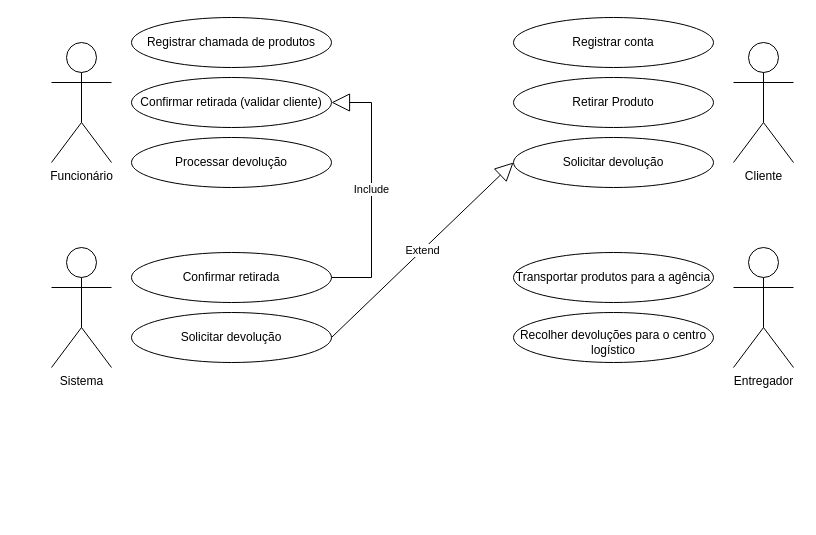
Above: ESS_Atividade1.drawio in Leopoldofca/Unyleya_1Sem (draw.io), before the change. Source tidied: cells renumbered, new cells numbered last; positions are measured from the earlier drawing's top-left corner, leaving out a move shared by most shapes. Both pictures are drawn from the tidied source at 100%, with x=0, y=0 at pixel (51, 17).
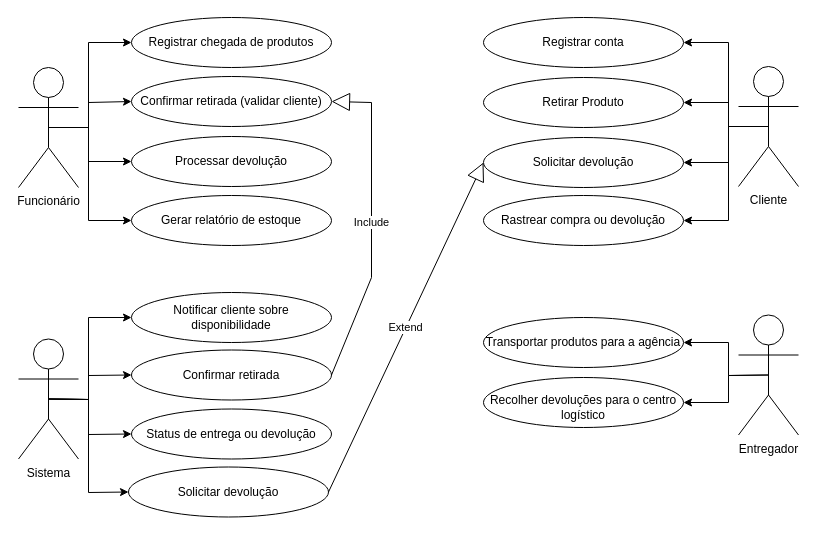
Above is the later version.

Change to the diagram source:
```diff
@@
     <mxCell id="2" value="Funcionário" style="shape=umlActor;verticalLabelPosition=bottom;verticalAlign=top;html=1;outlineConnect=0;" parent="1" vertex="1">
-      <mxGeometry y="25" width="60" height="120" as="geometry" />
+      <mxGeometry x="-33" y="50" width="60" height="120" as="geometry" />
     </mxCell>
     <mxCell id="3" value="Entregador" style="shape=umlActor;verticalLabelPosition=bottom;verticalAlign=top;html=1;outlineConnect=0;" parent="1" vertex="1">
-      <mxGeometry x="682" y="230" width="60" height="120" as="geometry" />
+      <mxGeometry x="687" y="297.5" width="60" height="120" as="geometry" />
     </mxCell>
     <mxCell id="4" value="Cliente" style="shape=umlActor;verticalLabelPosition=bottom;verticalAlign=top;html=1;outlineConnect=0;" parent="1" vertex="1">
-      <mxGeometry x="682" y="25" width="60" height="120" as="geometry" />
+      <mxGeometry x="687" y="49" width="60" height="120" as="geometry" />
     </mxCell>
     <mxCell id="5" value="Registrar conta" style="ellipse;whiteSpace=wrap;html=1;" parent="1" vertex="1">
-      <mxGeometry x="462" width="200" height="50" as="geometry" />
+      <mxGeometry x="432" width="200" height="50" as="geometry" />
     </mxCell>
     <mxCell id="6" value="Retirar Produto" style="ellipse;whiteSpace=wrap;html=1;" parent="1" vertex="1">
-      <mxGeometry x="462" y="60" width="200" height="50" as="geometry" />
+      <mxGeometry x="432" y="60" width="200" height="50" as="geometry" />
     </mxCell>
     <mxCell id="7" value="Solicitar devolução" style="ellipse;whiteSpace=wrap;html=1;" parent="1" vertex="1">
-      <mxGeometry x="462" y="120" width="200" height="50" as="geometry" />
+      <mxGeometry x="432" y="120" width="200" height="50" as="geometry" />
     </mxCell>
-    <mxCell id="8" value="Registrar chamada de produtos" style="ellipse;whiteSpace=wrap;html=1;" parent="1" vertex="1">
+    <mxCell id="8" value="Registrar chegada de produtos" style="ellipse;whiteSpace=wrap;html=1;" parent="1" vertex="1">
       <mxGeometry x="80" width="200" height="50" as="geometry" />
     </mxCell>
     <mxCell id="9" value="Confirmar retirada (validar cliente)" style="ellipse;whiteSpace=wrap;html=1;" parent="1" vertex="1">
-      <mxGeometry x="80" y="60" width="200" height="50" as="geometry" />
+      <mxGeometry x="80" y="59" width="200" height="50" as="geometry" />
     </mxCell>
     <mxCell id="10" value="Processar devolução" style="ellipse;whiteSpace=wrap;html=1;" parent="1" vertex="1">
-      <mxGeometry x="80" y="120" width="200" height="50" as="geometry" />
+      <mxGeometry x="80" y="119" width="200" height="50" as="geometry" />
     </mxCell>
     <mxCell id="11" value="Transportar produtos para a agência" style="ellipse;whiteSpace=wrap;html=1;spacingTop=0;" parent="1" vertex="1">
-      <mxGeometry x="462" y="235" width="200" height="50" as="geometry" />
+      <mxGeometry x="432" y="300" width="200" height="50" as="geometry" />
     </mxCell>
     <mxCell id="12" value="Recolher devoluções para o centro logístico" style="ellipse;whiteSpace=wrap;html=1;spacingTop=10;" parent="1" vertex="1">
-      <mxGeometry x="462" y="295" width="200" height="50" as="geometry" />
+      <mxGeometry x="432" y="360" width="200" height="50" as="geometry" />
     </mxCell>
     <mxCell id="13" value="Sistema" style="shape=umlActor;verticalLabelPosition=bottom;verticalAlign=top;html=1;outlineConnect=0;" parent="1" vertex="1">
-      <mxGeometry y="230" width="60" height="120" as="geometry" />
+      <mxGeometry x="-33" y="321.5" width="60" height="120" as="geometry" />
     </mxCell>
     <mxCell id="14" value="Confirmar retirada" style="ellipse;whiteSpace=wrap;html=1;" parent="1" vertex="1">
-      <mxGeometry x="80" y="235" width="200" height="50" as="geometry" />
+      <mxGeometry x="80" y="332.5" width="200" height="50" as="geometry" />
     </mxCell>
-    <mxCell id="15" value="Solicitar devolução" style="ellipse;whiteSpace=wrap;html=1;" parent="1" vertex="1">
-      <mxGeometry x="80" y="295" width="200" height="50" as="geometry" />
+    <mxCell id="15" value="Status de entrega ou devolução" style="ellipse;whiteSpace=wrap;html=1;" parent="1" vertex="1">
+      <mxGeometry x="80" y="391.5" width="200" height="50" as="geometry" />
     </mxCell>
@@
-    <mxCell id="17" value="Extend" style="endArrow=block;endSize=16;endFill=0;html=1;rounded=0;exitX=1;exitY=0.5;exitDx=0;exitDy=0;entryX=0;entryY=0.5;entryDx=0;entryDy=0;" parent="1" edge="1" source="15" target="7">
+    <mxCell id="17" value="Extend" style="endArrow=block;endSize=16;endFill=0;html=1;rounded=0;exitX=1;exitY=0.5;exitDx=0;exitDy=0;entryX=0;entryY=0.5;entryDx=0;entryDy=0;" parent="1" edge="1" source="21" target="7">
       <mxGeometry relative="1" as="geometry" />
     </mxCell>
+    <mxCell id="18" value="Gerar relatório de estoque" style="ellipse;whiteSpace=wrap;html=1;" parent="1" vertex="1">
+      <mxGeometry x="80" y="178" width="200" height="50" as="geometry" />
+    </mxCell>
+    <mxCell id="19" value="Rastrear compra ou devolução" style="ellipse;whiteSpace=wrap;html=1;" parent="1" vertex="1">
+      <mxGeometry x="432" y="178" width="200" height="50" as="geometry" />
+    </mxCell>
+    <mxCell id="20" value="Notificar cliente sobre disponibilidade" style="ellipse;whiteSpace=wrap;html=1;" parent="1" vertex="1">
+      <mxGeometry x="80" y="275" width="200" height="50" as="geometry" />
+    </mxCell>
+    <mxCell id="21" value="Solicitar devolução" style="ellipse;whiteSpace=wrap;html=1;" parent="1" vertex="1">
+      <mxGeometry x="77" y="449.5" width="200" height="50" as="geometry" />
+    </mxCell>
+    <mxCell id="22" style="endArrow=classic;html=1;rounded=0;entryX=0;entryY=0.5;entryDx=0;entryDy=0;exitX=0.5;exitY=0.5;exitDx=0;exitDy=0;exitPerimeter=0;" parent="1" edge="1" source="2" target="8">
+      <mxGeometry relative="1" as="geometry">
+        <Array as="points">
+          <mxPoint x="37" y="110" />
+          <mxPoint x="37" y="25" />
+        </Array>
+      </mxGeometry>
+    </mxCell>
+    <mxCell id="23" style="endArrow=classic;html=1;rounded=0;exitX=0.5;exitY=0.5;exitDx=0;exitDy=0;exitPerimeter=0;entryX=0;entryY=0.5;entryDx=0;entryDy=0;" parent="1" edge="1" source="2" target="9">
+      <mxGeometry relative="1" as="geometry">
+        <Array as="points">
+          <mxPoint x="37" y="110" />
+          <mxPoint x="37" y="85" />
+        </Array>
+      </mxGeometry>
+    </mxCell>
+    <mxCell id="24" style="endArrow=classic;html=1;rounded=0;exitX=0.5;exitY=0.5;exitDx=0;exitDy=0;exitPerimeter=0;entryX=0;entryY=0.5;entryDx=0;entryDy=0;" parent="1" edge="1" source="2" target="10">
+      <mxGeometry relative="1" as="geometry">
+        <Array as="points">
+          <mxPoint x="37" y="110" />
+          <mxPoint x="37" y="144" />
+        </Array>
+      </mxGeometry>
+    </mxCell>
+    <mxCell id="25" style="endArrow=classic;html=1;rounded=0;exitX=0.5;exitY=0.5;exitDx=0;exitDy=0;exitPerimeter=0;entryX=0;entryY=0.5;entryDx=0;entryDy=0;" parent="1" edge="1" source="2" target="18">
+      <mxGeometry relative="1" as="geometry">
+        <Array as="points">
+          <mxPoint x="37" y="110" />
+          <mxPoint x="37" y="203" />
+        </Array>
+      </mxGeometry>
+    </mxCell>
+    <mxCell id="26" style="endArrow=classic;html=1;rounded=0;exitX=0.5;exitY=0.5;exitDx=0;exitDy=0;exitPerimeter=0;entryX=0;entryY=0.5;entryDx=0;entryDy=0;" parent="1" edge="1" source="13" target="20">
+      <mxGeometry relative="1" as="geometry">
+        <Array as="points">
+          <mxPoint x="37" y="382" />
+          <mxPoint x="37" y="300" />
+        </Array>
+      </mxGeometry>
+    </mxCell>
+    <mxCell id="27" style="endArrow=classic;html=1;rounded=0;exitX=0.5;exitY=0.5;exitDx=0;exitDy=0;exitPerimeter=0;entryX=0;entryY=0.5;entryDx=0;entryDy=0;" parent="1" edge="1" source="13" target="14">
+      <mxGeometry relative="1" as="geometry">
+        <Array as="points">
+          <mxPoint x="37" y="382" />
+          <mxPoint x="37" y="358" />
+        </Array>
+      </mxGeometry>
+    </mxCell>
+    <mxCell id="28" style="endArrow=classic;html=1;rounded=0;exitX=0.5;exitY=0.5;exitDx=0;exitDy=0;exitPerimeter=0;entryX=0;entryY=0.5;entryDx=0;entryDy=0;" parent="1" edge="1" source="13" target="15">
+      <mxGeometry relative="1" as="geometry">
+        <Array as="points">
+          <mxPoint x="37" y="382" />
+          <mxPoint x="37" y="417" />
+        </Array>
+      </mxGeometry>
+    </mxCell>
+    <mxCell id="29" style="endArrow=classic;html=1;rounded=0;exitX=0.5;exitY=0.5;exitDx=0;exitDy=0;exitPerimeter=0;entryX=0;entryY=0.5;entryDx=0;entryDy=0;" parent="1" edge="1" source="13" target="21">
+      <mxGeometry relative="1" as="geometry">
+        <Array as="points">
+          <mxPoint x="37" y="382" />
+          <mxPoint x="37" y="475" />
+        </Array>
+      </mxGeometry>
+    </mxCell>
+    <mxCell id="30" style="endArrow=classic;html=1;rounded=0;exitX=0.5;exitY=0.5;exitDx=0;exitDy=0;exitPerimeter=0;entryX=1;entryY=0.5;entryDx=0;entryDy=0;" parent="1" edge="1" source="3" target="11">
+      <mxGeometry relative="1" as="geometry">
+        <Array as="points">
+          <mxPoint x="677" y="358" />
+          <mxPoint x="677" y="325" />
+        </Array>
+      </mxGeometry>
+    </mxCell>
+    <mxCell id="31" style="endArrow=classic;html=1;rounded=0;exitX=0.5;exitY=0.5;exitDx=0;exitDy=0;exitPerimeter=0;entryX=1;entryY=0.5;entryDx=0;entryDy=0;" parent="1" edge="1" source="3" target="12">
+      <mxGeometry relative="1" as="geometry">
+        <Array as="points">
+          <mxPoint x="677" y="358" />
+          <mxPoint x="677" y="385" />
+        </Array>
+      </mxGeometry>
+    </mxCell>
+    <mxCell id="32" style="endArrow=classic;html=1;rounded=0;exitX=0.5;exitY=0.5;exitDx=0;exitDy=0;exitPerimeter=0;entryX=1;entryY=0.5;entryDx=0;entryDy=0;" parent="1" edge="1" source="4" target="5">
+      <mxGeometry relative="1" as="geometry">
+        <Array as="points">
+          <mxPoint x="677" y="109" />
+          <mxPoint x="677" y="25" />
+        </Array>
+      </mxGeometry>
+    </mxCell>
+    <mxCell id="33" style="endArrow=classic;html=1;rounded=0;exitX=0.5;exitY=0.5;exitDx=0;exitDy=0;exitPerimeter=0;entryX=1;entryY=0.5;entryDx=0;entryDy=0;" parent="1" edge="1" source="4" target="6">
+      <mxGeometry relative="1" as="geometry">
+        <Array as="points">
+          <mxPoint x="677" y="109" />
+          <mxPoint x="677" y="85" />
+        </Array>
+      </mxGeometry>
+    </mxCell>
+    <mxCell id="34" style="endArrow=classic;html=1;rounded=0;exitX=0.5;exitY=0.5;exitDx=0;exitDy=0;exitPerimeter=0;entryX=1;entryY=0.5;entryDx=0;entryDy=0;" parent="1" edge="1" source="4" target="7">
+      <mxGeometry relative="1" as="geometry">
+        <Array as="points">
+          <mxPoint x="677" y="109" />
+          <mxPoint x="677" y="145" />
+        </Array>
+      </mxGeometry>
+    </mxCell>
+    <mxCell id="35" style="endArrow=classic;html=1;rounded=0;exitX=0.5;exitY=0.5;exitDx=0;exitDy=0;exitPerimeter=0;entryX=1;entryY=0.5;entryDx=0;entryDy=0;" parent="1" edge="1" source="4" target="19">
+      <mxGeometry relative="1" as="geometry">
+        <Array as="points">
+          <mxPoint x="677" y="109" />
+          <mxPoint x="677" y="203" />
+        </Array>
+      </mxGeometry>
+    </mxCell>
```
